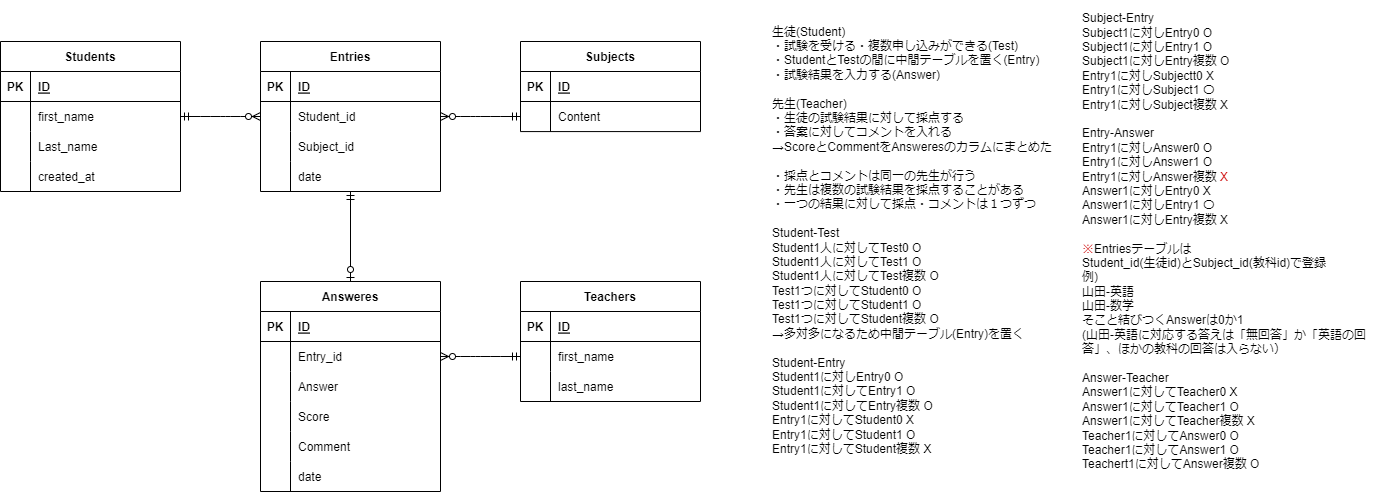
Above: test.drawio.png in Hozumin08/20230318_Takaboshi (draw.io), before the change. Source tidied: cells renumbered, new cells last; positions are measured from the earlier drawing's top-left corner, leaving out a move shared by most shapes.
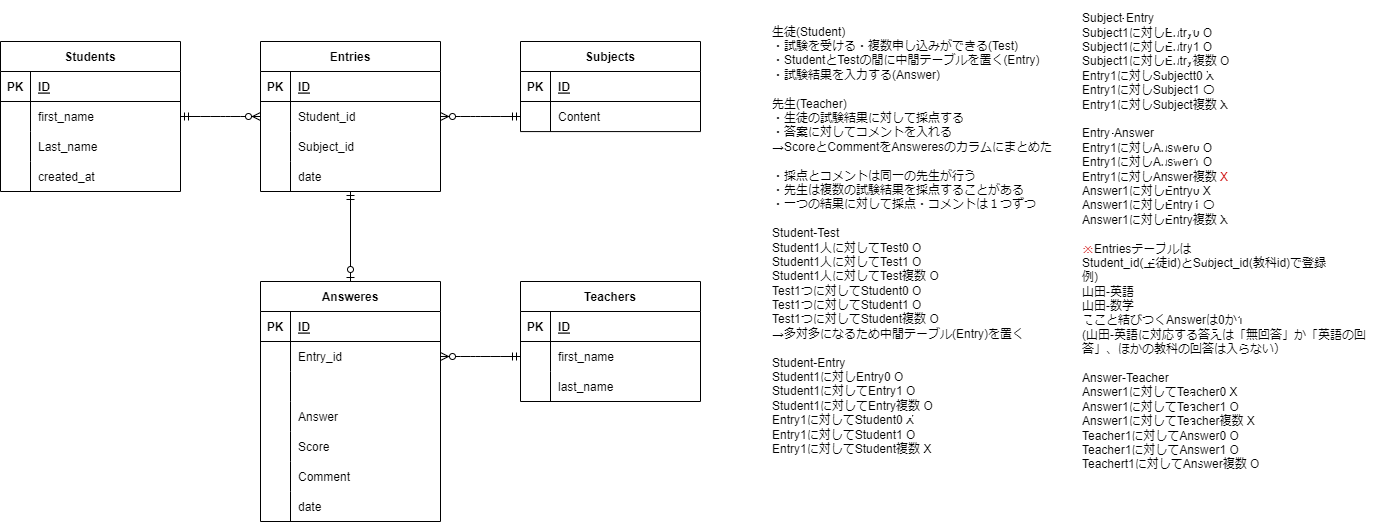
After the commit.

Commit message:
Teacher_id追加

Change to the diagram source:
```diff
@@ -42,7 +42,7 @@
       <mxGeometry x="30" width="150" height="30" as="geometry" />
     </mxCell>
     <mxCell id="15" value="Answeres" style="shape=table;startSize=30;rowLines=0;fontStyle=1;align=center;" parent="1" vertex="1">
-      <mxGeometry x="260" y="281" width="180" height="210" as="geometry" />
+      <mxGeometry x="260" y="281" width="180" height="240" as="geometry" />
     </mxCell>
     <mxCell id="16" style="shape=tableRow;horizontal=0;startSize=0;swimlaneHead=0;swimlaneBody=0;fillColor=none;top=0;left=0;right=0;bottom=1;" parent="15" vertex="1">
       <mxGeometry y="30" width="180" height="30" as="geometry" />
@@ -62,8 +62,17 @@
     <mxCell id="21" value="Entry_id" style="shape=partialRectangle;fillColor=none;top=0;left=0;bottom=0;right=0;align=left;spacingLeft=6;overflow=hidden;" parent="19" vertex="1">
       <mxGeometry x="30" width="150" height="30" as="geometry" />
     </mxCell>
+    <mxCell id="70" style="shape=tableRow;horizontal=0;startSize=0;swimlaneHead=0;swimlaneBody=0;fillColor=none;top=0;left=0;right=0;bottom=0;" parent="15" vertex="1">
+      <mxGeometry y="90" width="180" height="30" as="geometry" />
+    </mxCell>
+    <mxCell id="71" style="shape=partialRectangle;fillColor=none;top=0;left=0;bottom=0;right=0;overflow=hidden;" parent="70" vertex="1">
+      <mxGeometry width="30" height="30" as="geometry" />
+    </mxCell>
+    <mxCell id="72" style="shape=partialRectangle;fillColor=none;top=0;left=0;bottom=0;right=0;align=left;spacingLeft=6;overflow=hidden;" parent="70" vertex="1">
+      <mxGeometry x="30" width="150" height="30" as="geometry" />
+    </mxCell>
     <mxCell id="22" style="shape=tableRow;horizontal=0;startSize=0;swimlaneHead=0;swimlaneBody=0;fillColor=none;top=0;left=0;right=0;bottom=0;" parent="15" vertex="1">
-      <mxGeometry y="90" width="180" height="30" as="geometry" />
+      <mxGeometry y="120" width="180" height="30" as="geometry" />
     </mxCell>
     <mxCell id="23" style="shape=partialRectangle;fillColor=none;top=0;left=0;bottom=0;right=0;overflow=hidden;" parent="22" vertex="1">
       <mxGeometry width="30" height="30" as="geometry" />
@@ -72,7 +81,7 @@
       <mxGeometry x="30" width="150" height="30" as="geometry" />
     </mxCell>
     <mxCell id="25" style="shape=tableRow;horizontal=0;startSize=0;swimlaneHead=0;swimlaneBody=0;fillColor=none;top=0;left=0;right=0;bottom=0;" parent="15" vertex="1">
-      <mxGeometry y="120" width="180" height="30" as="geometry" />
+      <mxGeometry y="150" width="180" height="30" as="geometry" />
     </mxCell>
     <mxCell id="26" style="shape=partialRectangle;fillColor=none;top=0;left=0;bottom=0;right=0;overflow=hidden;" parent="25" vertex="1">
       <mxGeometry width="30" height="30" as="geometry" />
@@ -81,7 +90,7 @@
       <mxGeometry x="30" width="150" height="30" as="geometry" />
     </mxCell>
     <mxCell id="28" style="shape=tableRow;horizontal=0;startSize=0;swimlaneHead=0;swimlaneBody=0;fillColor=none;top=0;left=0;right=0;bottom=0;" parent="15" vertex="1">
-      <mxGeometry y="150" width="180" height="30" as="geometry" />
+      <mxGeometry y="180" width="180" height="30" as="geometry" />
     </mxCell>
     <mxCell id="29" style="shape=partialRectangle;fillColor=none;top=0;left=0;bottom=0;right=0;overflow=hidden;" parent="28" vertex="1">
       <mxGeometry width="30" height="30" as="geometry" />
@@ -90,7 +99,7 @@
       <mxGeometry x="30" width="150" height="30" as="geometry" />
     </mxCell>
     <mxCell id="31" style="shape=tableRow;horizontal=0;startSize=0;swimlaneHead=0;swimlaneBody=0;fillColor=none;top=0;left=0;right=0;bottom=0;" parent="15" vertex="1">
-      <mxGeometry y="180" width="180" height="30" as="geometry" />
+      <mxGeometry y="210" width="180" height="30" as="geometry" />
     </mxCell>
     <mxCell id="32" style="shape=partialRectangle;fillColor=none;top=0;left=0;bottom=0;right=0;overflow=hidden;" parent="31" vertex="1">
       <mxGeometry width="30" height="30" as="geometry" />
```
